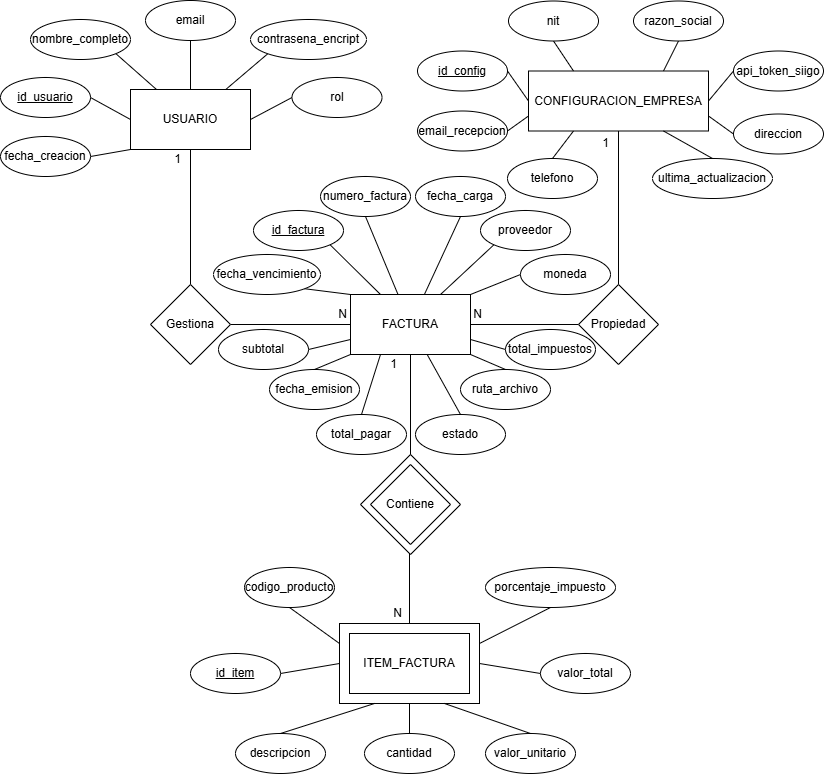
Earlier version of the draw.io export documentacion/Diagrama entidad-relacion.drawio.png (JoelRamirezB/quantum_app). Source tidied: cells renumbered, new cells last; positions are measured from the earlier drawing's top-left corner, leaving out a move shared by most shapes.
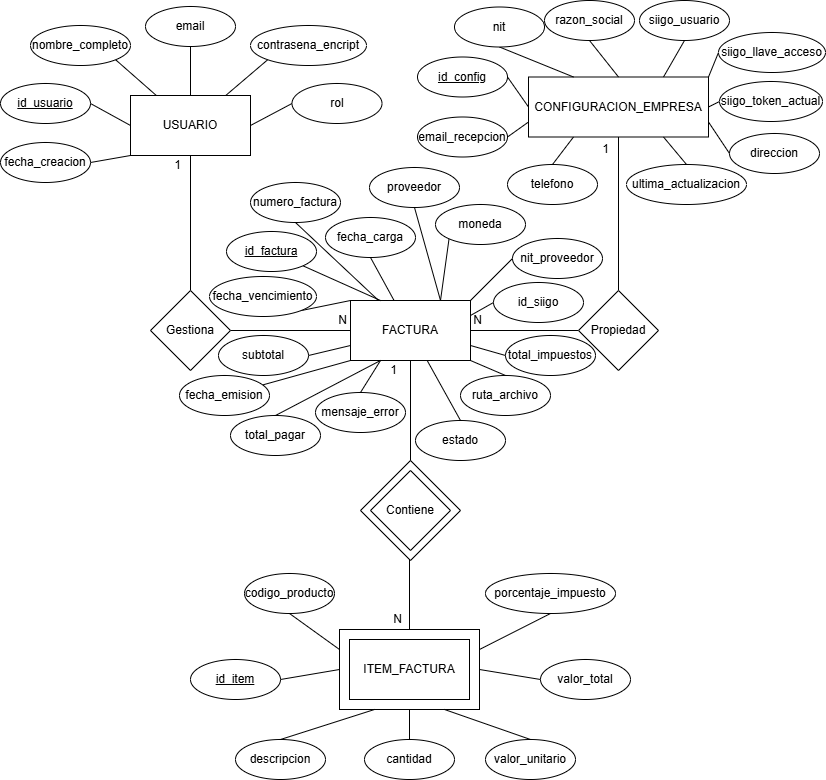
After the change.

Commit message:
Diagrama entidad-relación

Versión actualizada del diagrama

Diff of the diagram source:
```diff
@@ -92,20 +92,14 @@
       <mxGeometry relative="1" as="geometry" />
     </mxCell>
     <mxCell id="31" value="&lt;div&gt;&lt;span style=&quot;background-color: transparent; color: light-dark(rgb(0, 0, 0), rgb(255, 255, 255));&quot;&gt;nit&lt;/span&gt;&lt;/div&gt;" style="ellipse;whiteSpace=wrap;html=1;" parent="1" vertex="1">
-      <mxGeometry x="508" y="0.5" width="90" height="40" as="geometry" />
+      <mxGeometry x="454" y="0.5" width="90" height="40" as="geometry" />
     </mxCell>
-    <mxCell id="32" style="edgeStyle=none;curved=1;rounded=0;jettySize=auto;html=1;exitX=0.5;exitY=1;exitDx=0;exitDy=0;entryX=0.75;entryY=0;entryDx=0;entryDy=0;fontSize=12;startSize=8;endSize=8;endArrow=none;endFill=0;" parent="1" edge="1" source="33" target="7">
+    <mxCell id="32" style="edgeStyle=none;curved=1;rounded=0;jettySize=auto;html=1;exitX=0.5;exitY=1;exitDx=0;exitDy=0;entryX=0.5;entryY=0;entryDx=0;entryDy=0;fontSize=12;startSize=8;endSize=8;endArrow=none;endFill=0;" parent="1" edge="1" source="33" target="7">
       <mxGeometry relative="1" as="geometry" />
     </mxCell>
     <mxCell id="33" value="&lt;div&gt;&lt;span style=&quot;background-color: transparent; color: light-dark(rgb(0, 0, 0), rgb(255, 255, 255));&quot;&gt;razon_social&lt;/span&gt;&lt;/div&gt;" style="ellipse;whiteSpace=wrap;html=1;" parent="1" vertex="1">
-      <mxGeometry x="633" y="0.5" width="90" height="40" as="geometry" />
+      <mxGeometry x="544" y="-6" width="90" height="40" as="geometry" />
     </mxCell>
-    <mxCell id="34" style="edgeStyle=none;curved=1;rounded=0;jettySize=auto;html=1;exitX=0;exitY=0.5;exitDx=0;exitDy=0;entryX=1;entryY=0.5;entryDx=0;entryDy=0;fontSize=12;startSize=8;endSize=8;endArrow=none;endFill=0;" parent="1" edge="1" source="35" target="7">
-      <mxGeometry relative="1" as="geometry" />
-    </mxCell>
-    <mxCell id="35" value="&lt;div&gt;&lt;span style=&quot;background-color: transparent; color: light-dark(rgb(0, 0, 0), rgb(255, 255, 255));&quot;&gt;api_token_siigo&lt;/span&gt;&lt;/div&gt;" style="ellipse;whiteSpace=wrap;html=1;" parent="1" vertex="1">
-      <mxGeometry x="733" y="50.5" width="90" height="40" as="geometry" />
-    </mxCell>
     <mxCell id="36" style="edgeStyle=none;curved=1;rounded=0;jettySize=auto;html=1;exitX=1;exitY=0.5;exitDx=0;exitDy=0;entryX=0;entryY=0.5;entryDx=0;entryDy=0;fontSize=12;startSize=8;endSize=8;endArrow=none;endFill=0;" parent="1" edge="1" source="37" target="4">
       <mxGeometry relative="1" as="geometry" />
     </mxCell>
@@ -140,31 +134,31 @@
       <mxGeometry relative="1" as="geometry" />
     </mxCell>
     <mxCell id="47" value="&lt;div&gt;&lt;span style=&quot;background-color: transparent; color: light-dark(rgb(0, 0, 0), rgb(255, 255, 255));&quot;&gt;&lt;u&gt;id_factura&lt;/u&gt;&lt;/span&gt;&lt;/div&gt;" style="ellipse;whiteSpace=wrap;html=1;" parent="1" vertex="1">
-      <mxGeometry x="253" y="210" width="90" height="40" as="geometry" />
+      <mxGeometry x="226" y="225" width="90" height="40" as="geometry" />
     </mxCell>
     <mxCell id="48" style="edgeStyle=none;curved=1;rounded=0;jettySize=auto;html=1;exitX=0.5;exitY=1;exitDx=0;exitDy=0;fontSize=12;startSize=8;endSize=8;endArrow=none;endFill=0;" parent="1" edge="1" source="49" target="10">
       <mxGeometry relative="1" as="geometry" />
     </mxCell>
     <mxCell id="49" value="&lt;div&gt;&lt;span style=&quot;background-color: transparent; color: light-dark(rgb(0, 0, 0), rgb(255, 255, 255));&quot;&gt;numero_factura&lt;/span&gt;&lt;/div&gt;" style="ellipse;whiteSpace=wrap;html=1;" parent="1" vertex="1">
-      <mxGeometry x="320" y="176" width="90" height="40" as="geometry" />
+      <mxGeometry x="250" y="176" width="90" height="40" as="geometry" />
     </mxCell>
-    <mxCell id="50" style="edgeStyle=none;curved=1;rounded=0;jettySize=auto;html=1;exitX=0;exitY=1;exitDx=0;exitDy=0;entryX=0.75;entryY=0;entryDx=0;entryDy=0;fontSize=12;startSize=8;endSize=8;endArrow=none;endFill=0;" parent="1" edge="1" source="51" target="10">
+    <mxCell id="50" style="rounded=0;jettySize=auto;html=1;exitX=0.5;exitY=1;exitDx=0;exitDy=0;entryX=0.75;entryY=0;entryDx=0;entryDy=0;endArrow=none;endFill=0;" parent="1" edge="1" source="51" target="10">
       <mxGeometry relative="1" as="geometry" />
     </mxCell>
     <mxCell id="51" value="&lt;div&gt;&lt;span style=&quot;background-color: transparent; color: light-dark(rgb(0, 0, 0), rgb(255, 255, 255));&quot;&gt;proveedor&lt;/span&gt;&lt;/div&gt;" style="ellipse;whiteSpace=wrap;html=1;" parent="1" vertex="1">
-      <mxGeometry x="480" y="210" width="90" height="40" as="geometry" />
+      <mxGeometry x="369" y="161" width="90" height="40" as="geometry" />
     </mxCell>
-    <mxCell id="52" style="edgeStyle=none;curved=1;rounded=0;jettySize=auto;html=1;exitX=0.5;exitY=0;exitDx=0;exitDy=0;entryX=0;entryY=1;entryDx=0;entryDy=0;fontSize=12;startSize=8;endSize=8;endArrow=none;endFill=0;" parent="1" edge="1" source="53" target="10">
+    <mxCell id="52" style="edgeStyle=none;curved=1;rounded=0;jettySize=auto;html=1;entryX=0;entryY=1;entryDx=0;entryDy=0;fontSize=12;startSize=8;endSize=8;endArrow=none;endFill=0;" parent="1" edge="1" source="53" target="10">
       <mxGeometry relative="1" as="geometry" />
     </mxCell>
     <mxCell id="53" value="&lt;div&gt;&lt;span style=&quot;background-color: transparent; color: light-dark(rgb(0, 0, 0), rgb(255, 255, 255));&quot;&gt;fecha_emision&lt;/span&gt;&lt;/div&gt;" style="ellipse;whiteSpace=wrap;html=1;" parent="1" vertex="1">
-      <mxGeometry x="269" y="369" width="90" height="40" as="geometry" />
+      <mxGeometry x="179" y="369" width="90" height="40" as="geometry" />
     </mxCell>
     <mxCell id="54" style="edgeStyle=none;curved=1;rounded=0;jettySize=auto;html=1;exitX=0.5;exitY=0;exitDx=0;exitDy=0;entryX=0.25;entryY=1;entryDx=0;entryDy=0;fontSize=12;startSize=8;endSize=8;endArrow=none;endFill=0;" parent="1" edge="1" source="55" target="10">
       <mxGeometry relative="1" as="geometry" />
     </mxCell>
     <mxCell id="55" value="total_pagar" style="ellipse;whiteSpace=wrap;html=1;" parent="1" vertex="1">
-      <mxGeometry x="316" y="414" width="90" height="40" as="geometry" />
+      <mxGeometry x="230" y="409" width="90" height="40" as="geometry" />
     </mxCell>
     <mxCell id="56" style="edgeStyle=none;curved=1;rounded=0;jettySize=auto;html=1;exitX=0.5;exitY=0;exitDx=0;exitDy=0;fontSize=12;startSize=8;endSize=8;endArrow=none;endFill=0;" parent="1" edge="1" source="57" target="10">
       <mxGeometry relative="1" as="geometry" />
@@ -206,13 +200,13 @@
       <mxGeometry relative="1" as="geometry" />
     </mxCell>
     <mxCell id="69" value="&lt;div&gt;&lt;span style=&quot;background-color: transparent; color: light-dark(rgb(0, 0, 0), rgb(255, 255, 255));&quot;&gt;direccion&lt;/span&gt;&lt;/div&gt;" style="ellipse;whiteSpace=wrap;html=1;" parent="1" vertex="1">
-      <mxGeometry x="733" y="113.5" width="90" height="40" as="geometry" />
+      <mxGeometry x="729" y="127" width="90" height="40" as="geometry" />
     </mxCell>
     <mxCell id="70" style="rounded=0;jettySize=auto;html=1;exitX=0.5;exitY=0;exitDx=0;exitDy=0;entryX=0.75;entryY=1;entryDx=0;entryDy=0;endArrow=none;endFill=0;" parent="1" edge="1" source="71" target="7">
       <mxGeometry relative="1" as="geometry" />
     </mxCell>
     <mxCell id="71" value="&lt;div&gt;&lt;span style=&quot;background-color: transparent; color: light-dark(rgb(0, 0, 0), rgb(255, 255, 255));&quot;&gt;ultima_actualizacion&lt;/span&gt;&lt;/div&gt;" style="ellipse;whiteSpace=wrap;html=1;" parent="1" vertex="1">
-      <mxGeometry x="652" y="158" width="120" height="40" as="geometry" />
+      <mxGeometry x="626" y="158" width="120" height="40" as="geometry" />
     </mxCell>
     <mxCell id="72" style="rounded=0;jettySize=auto;html=1;exitX=1;exitY=0.5;exitDx=0;exitDy=0;entryX=0;entryY=0.75;entryDx=0;entryDy=0;endArrow=none;endFill=0;" parent="1" edge="1" source="73" target="7">
       <mxGeometry relative="1" as="geometry" />
@@ -221,13 +215,13 @@
       <mxGeometry x="417" y="110.5" width="90" height="40" as="geometry" />
     </mxCell>
     <mxCell id="74" value="&lt;div&gt;&lt;span style=&quot;background-color: transparent; color: light-dark(rgb(0, 0, 0), rgb(255, 255, 255));&quot;&gt;fecha_vencimiento&lt;/span&gt;&lt;/div&gt;" style="ellipse;whiteSpace=wrap;html=1;" parent="1" vertex="1">
-      <mxGeometry x="213" y="254" width="107" height="40" as="geometry" />
+      <mxGeometry x="209" y="270" width="107" height="40" as="geometry" />
     </mxCell>
-    <mxCell id="75" style="rounded=0;jettySize=auto;html=1;exitX=0;exitY=0.5;exitDx=0;exitDy=0;entryX=1;entryY=0;entryDx=0;entryDy=0;endArrow=none;endFill=0;" parent="1" edge="1" source="76" target="10">
+    <mxCell id="75" style="rounded=0;jettySize=auto;html=1;exitX=0;exitY=1;exitDx=0;exitDy=0;entryX=0.75;entryY=0;entryDx=0;entryDy=0;endArrow=none;endFill=0;" parent="1" edge="1" source="76" target="10">
       <mxGeometry relative="1" as="geometry" />
     </mxCell>
     <mxCell id="76" value="&lt;div&gt;&lt;span style=&quot;background-color: transparent; color: light-dark(rgb(0, 0, 0), rgb(255, 255, 255));&quot;&gt;moneda&lt;/span&gt;&lt;/div&gt;" style="ellipse;whiteSpace=wrap;html=1;" parent="1" vertex="1">
-      <mxGeometry x="520" y="254" width="90" height="40" as="geometry" />
+      <mxGeometry x="435" y="198" width="90" height="40" as="geometry" />
     </mxCell>
     <mxCell id="77" style="rounded=0;jettySize=auto;html=1;exitX=1;exitY=0.5;exitDx=0;exitDy=0;entryX=0;entryY=0.75;entryDx=0;entryDy=0;endArrow=none;endFill=0;" parent="1" edge="1" source="78" target="10">
       <mxGeometry relative="1" as="geometry" />
@@ -245,7 +239,7 @@
       <mxGeometry relative="1" as="geometry" />
     </mxCell>
     <mxCell id="82" value="&lt;div&gt;&lt;span style=&quot;background-color: transparent; color: light-dark(rgb(0, 0, 0), rgb(255, 255, 255));&quot;&gt;fecha_carga&lt;/span&gt;&lt;/div&gt;" style="ellipse;whiteSpace=wrap;html=1;" parent="1" vertex="1">
-      <mxGeometry x="415" y="176" width="90" height="40" as="geometry" />
+      <mxGeometry x="325" y="211" width="90" height="40" as="geometry" />
     </mxCell>
     <mxCell id="83" style="rounded=0;jettySize=auto;html=1;exitX=0.5;exitY=1;exitDx=0;exitDy=0;entryX=0;entryY=0.25;entryDx=0;entryDy=0;endArrow=none;endFill=0;" parent="1" edge="1" source="84" target="4">
       <mxGeometry relative="1" as="geometry" />
@@ -265,5 +259,43 @@
     <mxCell id="88" value="&lt;div&gt;&lt;span style=&quot;background-color: transparent; color: light-dark(rgb(0, 0, 0), rgb(255, 255, 255));&quot;&gt;telefono&lt;/span&gt;&lt;/div&gt;" style="ellipse;whiteSpace=wrap;html=1;" parent="1" vertex="1">
       <mxGeometry x="507" y="158" width="90" height="40" as="geometry" />
     </mxCell>
+    <mxCell id="89" style="rounded=0;jettySize=auto;html=1;exitX=0.5;exitY=1;exitDx=0;exitDy=0;entryX=0.75;entryY=0;entryDx=0;entryDy=0;endArrow=none;endFill=0;" parent="1" edge="1" source="90" target="7">
+      <mxGeometry relative="1" as="geometry" />
+    </mxCell>
+    <mxCell id="90" value="&lt;div&gt;&lt;span style=&quot;background-color: transparent; color: light-dark(rgb(0, 0, 0), rgb(255, 255, 255));&quot;&gt;siigo_usuario&lt;/span&gt;&lt;/div&gt;" style="ellipse;whiteSpace=wrap;html=1;" parent="1" vertex="1">
+      <mxGeometry x="639" y="-6" width="90" height="40" as="geometry" />
+    </mxCell>
+    <mxCell id="91" style="rounded=0;jettySize=auto;html=1;exitX=0;exitY=0.5;exitDx=0;exitDy=0;entryX=1;entryY=0;entryDx=0;entryDy=0;endArrow=none;endFill=0;" parent="1" edge="1" source="92" target="7">
+      <mxGeometry relative="1" as="geometry" />
+    </mxCell>
+    <mxCell id="92" value="&lt;div&gt;&lt;span style=&quot;background-color: transparent; color: light-dark(rgb(0, 0, 0), rgb(255, 255, 255));&quot;&gt;siigo_llave_acceso&lt;/span&gt;&lt;/div&gt;" style="ellipse;whiteSpace=wrap;html=1;" parent="1" vertex="1">
+      <mxGeometry x="718" y="26" width="107" height="40" as="geometry" />
+    </mxCell>
+    <mxCell id="93" style="rounded=0;jettySize=auto;html=1;exitX=0;exitY=0.5;exitDx=0;exitDy=0;entryX=1;entryY=0.5;entryDx=0;entryDy=0;endArrow=none;endFill=0;" parent="1" edge="1" source="94" target="7">
+      <mxGeometry relative="1" as="geometry" />
+    </mxCell>
+    <mxCell id="94" value="&lt;div&gt;&lt;span style=&quot;background-color: transparent; color: light-dark(rgb(0, 0, 0), rgb(255, 255, 255));&quot;&gt;siigo_token_actual&lt;/span&gt;&lt;/div&gt;" style="ellipse;whiteSpace=wrap;html=1;" parent="1" vertex="1">
+      <mxGeometry x="719" y="75" width="103" height="40" as="geometry" />
+    </mxCell>
+    <mxCell id="95" style="rounded=0;jettySize=auto;html=1;exitX=0;exitY=0.5;exitDx=0;exitDy=0;entryX=1;entryY=0;entryDx=0;entryDy=0;endArrow=none;endFill=0;" parent="1" edge="1" source="96" target="10">
+      <mxGeometry relative="1" as="geometry" />
+    </mxCell>
+    <mxCell id="96" value="&lt;div&gt;&lt;span style=&quot;background-color: transparent; color: light-dark(rgb(0, 0, 0), rgb(255, 255, 255));&quot;&gt;nit_proveedor&lt;/span&gt;&lt;/div&gt;" style="ellipse;whiteSpace=wrap;html=1;" parent="1" vertex="1">
+      <mxGeometry x="512" y="232" width="90" height="40" as="geometry" />
+    </mxCell>
+    <mxCell id="97" style="rounded=0;jettySize=auto;html=1;entryX=0;entryY=0.25;entryDx=0;entryDy=0;startArrow=none;startFill=0;endArrow=none;endFill=0;" parent="1" edge="1" target="64">
+      <mxGeometry relative="1" as="geometry">
+        <mxPoint x="493" y="296" as="sourcePoint" />
+      </mxGeometry>
+    </mxCell>
+    <mxCell id="98" value="&lt;div&gt;&lt;span style=&quot;background-color: transparent; color: light-dark(rgb(0, 0, 0), rgb(255, 255, 255));&quot;&gt;id_siigo&lt;/span&gt;&lt;/div&gt;" style="ellipse;whiteSpace=wrap;html=1;" parent="1" vertex="1">
+      <mxGeometry x="493" y="276" width="90" height="40" as="geometry" />
+    </mxCell>
+    <mxCell id="99" style="rounded=0;jettySize=auto;html=1;exitX=0.5;exitY=0;exitDx=0;exitDy=0;entryX=0.25;entryY=1;entryDx=0;entryDy=0;endArrow=none;endFill=0;" parent="1" edge="1" source="100" target="10">
+      <mxGeometry relative="1" as="geometry" />
+    </mxCell>
+    <mxCell id="100" value="&lt;div&gt;&lt;span style=&quot;background-color: transparent; color: light-dark(rgb(0, 0, 0), rgb(255, 255, 255));&quot;&gt;mensaje_error&lt;/span&gt;&lt;/div&gt;" style="ellipse;whiteSpace=wrap;html=1;" parent="1" vertex="1">
+      <mxGeometry x="315" y="386" width="90" height="40" as="geometry" />
+    </mxCell>
   </root>
 </mxGraphModel>
```
